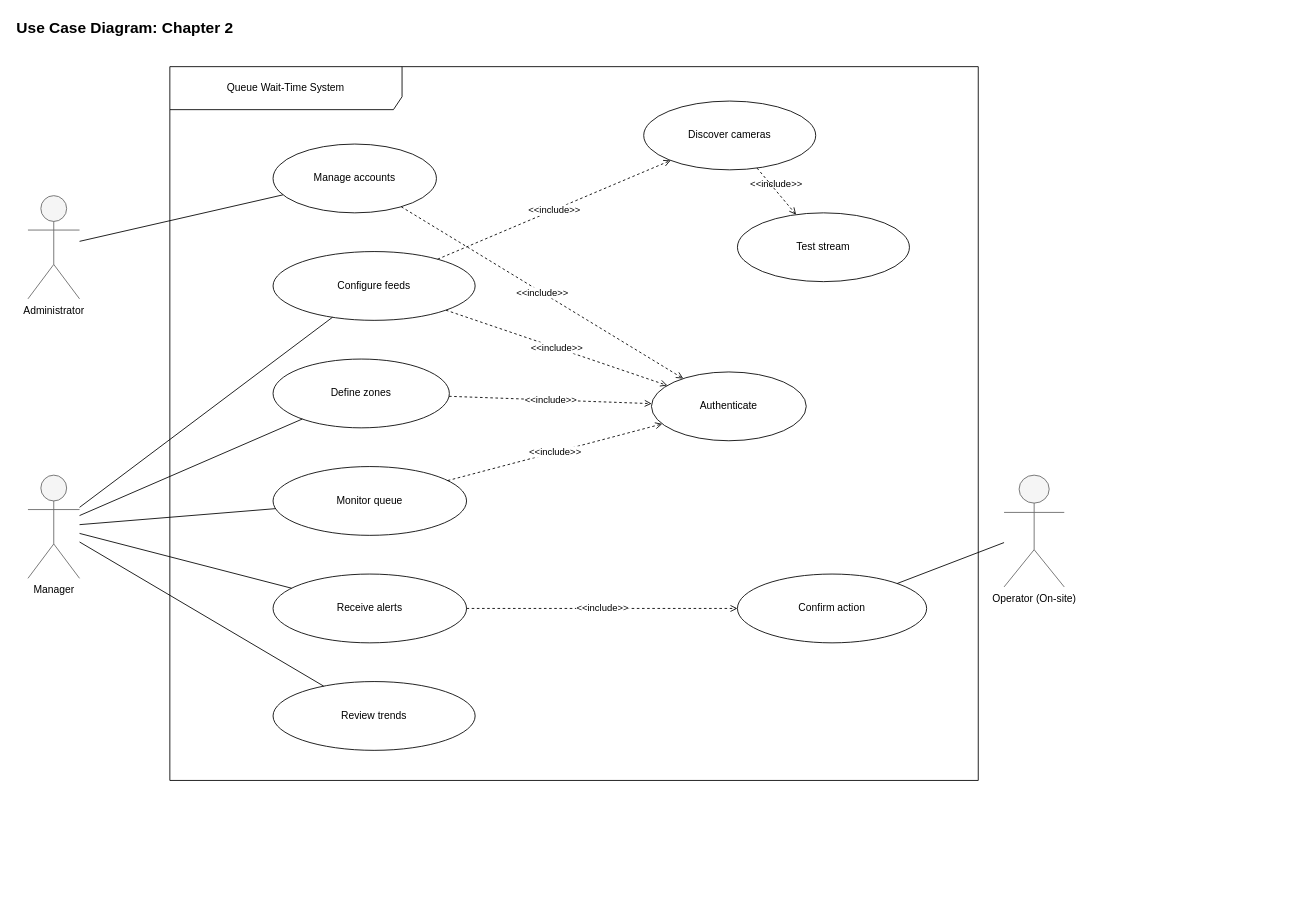
Earlier version of the draw.io diagram report-latex/figures/drawio/chapter2_use_case.drawio (Salmen-BA21/Queue-Wait-Time-Estimation). Source tidied: cells renumbered, new cells numbered last; positions are measured from the earlier drawing's top-left corner, leaving out a move shared by most shapes. Both pictures are drawn from the tidied source at 86%, with x=0, y=0 at pixel (15, 15).
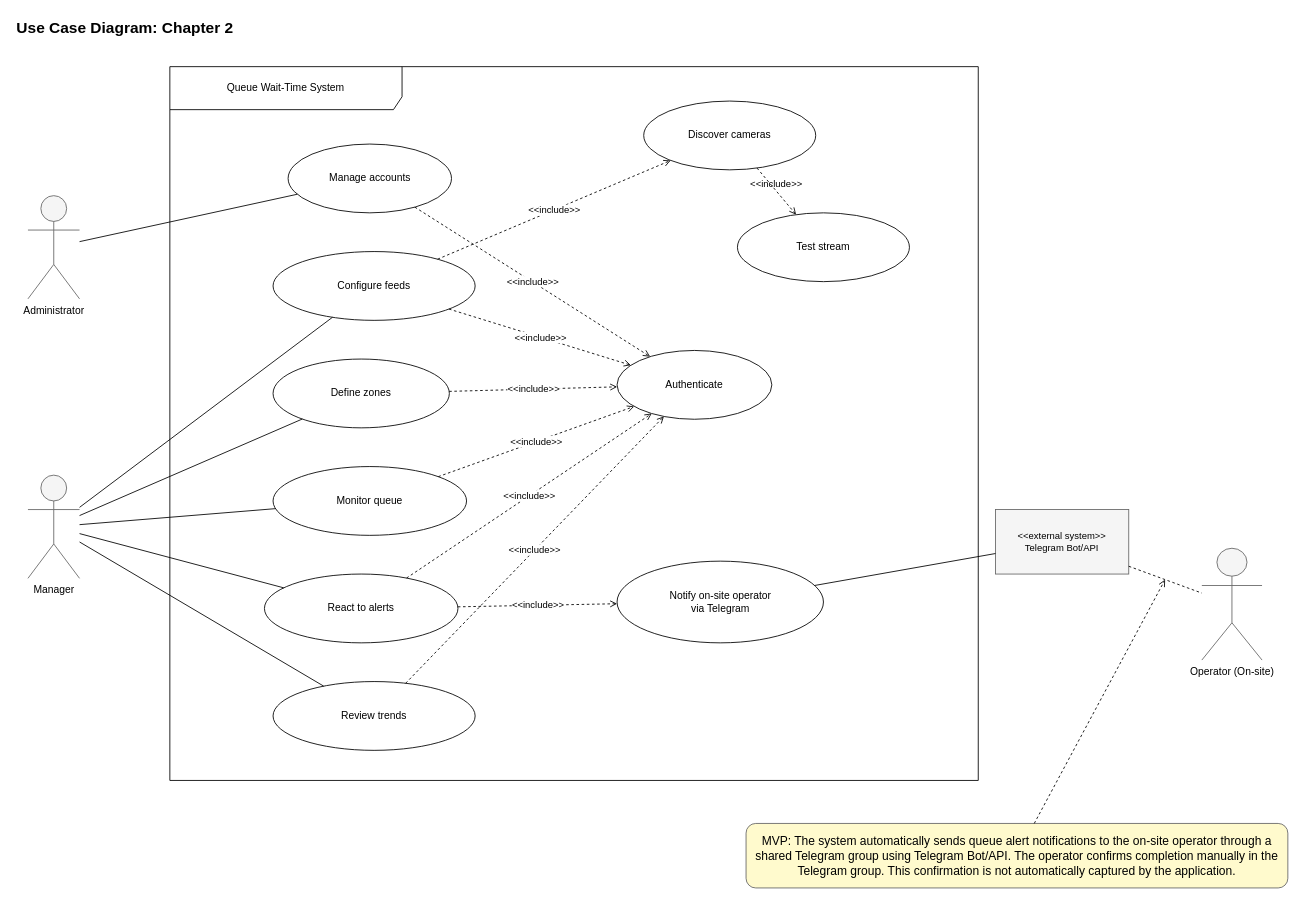
The same diagram, later.

Unchanged cells that the change refers to:
```xml
<mxCell id="5" value="Queue Wait-Time System" style="shape=umlFrame;whiteSpace=wrap;html=1;width=270;height=50;" parent="1" vertex="1">
  <mxGeometry x="180" y="60" width="940" height="830" as="geometry" />
</mxCell>
<mxCell id="14" value="Review trends" style="ellipse;whiteSpace=wrap;html=1;" parent="5" vertex="1">
  <mxGeometry x="120" y="715" width="235" height="80" as="geometry" />
</mxCell>
```

The edit, as a diff of the source:
```diff
@@
     <mxCell id="6" value="Manage accounts" style="ellipse;whiteSpace=wrap;html=1;" parent="5" vertex="1">
-      <mxGeometry x="120" y="90" width="190" height="80" as="geometry" />
+      <mxGeometry x="137.5" y="90" width="190" height="80" as="geometry" />
     </mxCell>
@@
-    <mxCell id="13" value="Receive alerts" style="ellipse;whiteSpace=wrap;html=1;" parent="5" vertex="1">
-      <mxGeometry x="120" y="590" width="225" height="80" as="geometry" />
+    <mxCell id="13" value="React to alerts" style="ellipse;whiteSpace=wrap;html=1;" parent="5" vertex="1">
+      <mxGeometry x="110" y="590" width="225" height="80" as="geometry" />
     </mxCell>
+    <mxCell id="31" value="Notify on-site operator&lt;br&gt;via Telegram" style="ellipse;whiteSpace:wrap;html=1;" parent="5" vertex="1">
+      <mxGeometry x="520" y="575" width="240" height="95" as="geometry" />
+    </mxCell>
@@
     <mxCell id="15" value="Authenticate" style="ellipse;whiteSpace=wrap;html=1;" parent="5" vertex="1">
-      <mxGeometry x="560" y="355" width="180" height="80" as="geometry" />
+      <mxGeometry x="520" y="330" width="180" height="80" as="geometry" />
     </mxCell>
@@
-    <mxCell id="20" value="Confirm action" style="ellipse;whiteSpace=wrap;html=1;" parent="5" vertex="1">
-      <mxGeometry x="660" y="590" width="220" height="80" as="geometry" />
-    </mxCell>
-    <mxCell id="21" value="&amp;lt;&amp;lt;include&amp;gt;&amp;gt;" style="dashed=1;endArrow=open;endFill=0;html=1;rounded=0;" parent="5" edge="1" source="13" target="20">
-      <mxGeometry relative="1" as="geometry" />
-    </mxCell>
+    <mxCell id="32" value="&amp;lt;&amp;lt;include&amp;gt;&amp;gt;" style="dashed=1;endArrow=open;endFill=0;html=1;rounded=0;" parent="5" edge="1" source="13" target="15">
+      <mxGeometry relative="1" as="geometry" />
+    </mxCell>
+    <mxCell id="33" value="&amp;lt;&amp;lt;include&amp;gt;&amp;gt;" style="dashed=1;endArrow=open;endFill=0;html=1;rounded=0;" parent="5" edge="1" source="14" target="15">
+      <mxGeometry relative="1" as="geometry" />
+    </mxCell>
+    <mxCell id="34" value="&amp;lt;&amp;lt;include&amp;gt;&amp;gt;" style="dashed=1;endArrow=open;endFill=0;html=1;rounded=0;" parent="5" edge="1" source="13" target="31">
+      <mxGeometry relative="1" as="geometry" />
+    </mxCell>
@@
     <mxCell id="29" value="Operator (On-site)" style="shape=umlActor;verticalLabelPosition=bottom;verticalAlign=top;html=1;fillColor=#f5f5f5;strokeColor=#666666;" parent="1" vertex="1">
-      <mxGeometry x="1150" y="535" width="70" height="130" as="geometry" />
+      <mxGeometry x="1380" y="620" width="70" height="130" as="geometry" />
     </mxCell>
-    <mxCell id="30" style="rounded=0;jettySize=auto;html=1;endArrow=none;endFill=0;" parent="1" edge="1" source="29" target="20">
-      <mxGeometry relative="1" as="geometry" />
-    </mxCell>
+    <mxCell id="35" value="&amp;lt;&amp;lt;external system&amp;gt;&amp;gt;&lt;br&gt;Telegram Bot/API" style="rounded=0;whiteSpace=wrap;html=1;fillColor=#f5f5f5;strokeColor=#666666;align=center;verticalAlign=middle;fontSize=11;" parent="1" vertex="1">
+      <mxGeometry x="1140" y="575" width="155" height="75" as="geometry" />
+    </mxCell>
+    <mxCell id="36" style="rounded=0;jettySize=auto;html=1;endArrow=none;endFill=0;" parent="1" edge="1" source="31" target="35">
+      <mxGeometry relative="1" as="geometry" />
+    </mxCell>
+    <mxCell id="37" style="rounded=0;jettySize=auto;html=1;dashed=1;endArrow=none;endFill=0;" parent="1" edge="1" source="35" target="29">
+      <mxGeometry relative="1" as="geometry" />
+    </mxCell>
+    <mxCell id="38" value="&lt;font style=&quot;font-size: 14px;&quot;&gt;MVP: The system automatically sends queue alert notifications to the on-site operator through a shared Telegram group using Telegram Bot/API. The operator confirms completion manually in the Telegram group. This confirmation is not automatically captured by the application.&lt;/font&gt;" style="text;html=1;strokeColor=#666666;fillColor=#fffacd;align=center;verticalAlign=middle;rounded=1;fontSize=11;whiteSpace=wrap;" parent="1" vertex="1">
+      <mxGeometry x="850" y="940" width="630" height="75" as="geometry" />
+    </mxCell>
+    <mxCell id="39" style="dashed=1;endArrow=open;endFill=0;html=1;rounded=0;" parent="1" edge="1" source="38" target="37">
+      <mxGeometry relative="1" as="geometry" />
+    </mxCell>
```
